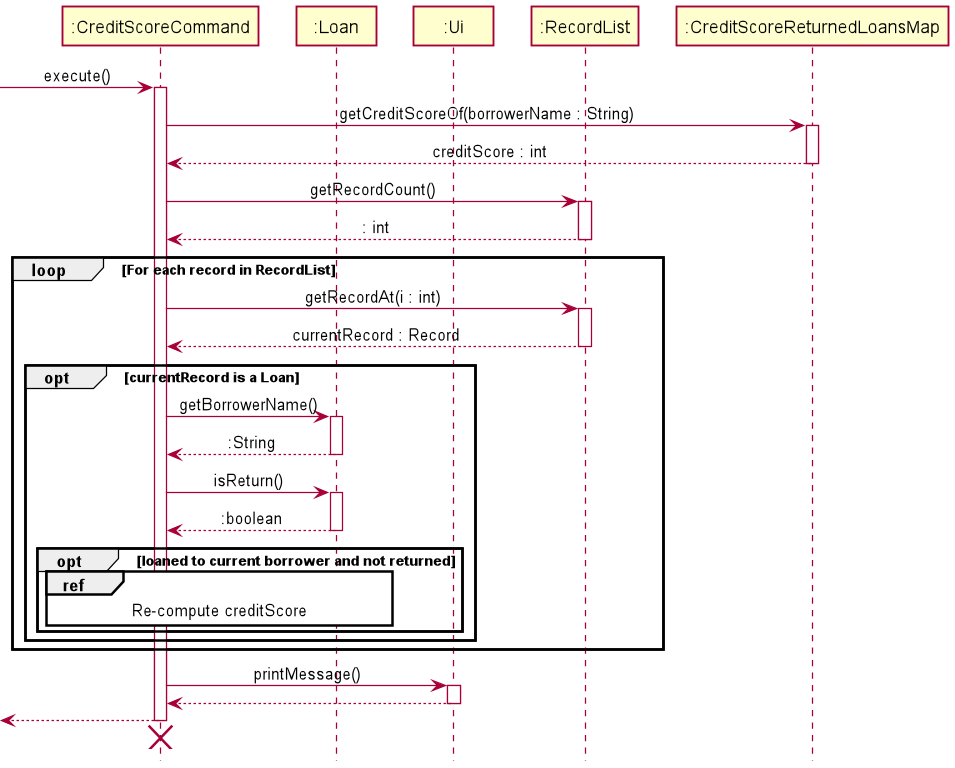
nus-cs2113-AY2021S2/tp keeps this PlantUML diagram as docs/img/CreditScoreFeatureSequenceDiagram.png. Above is the earlier version.
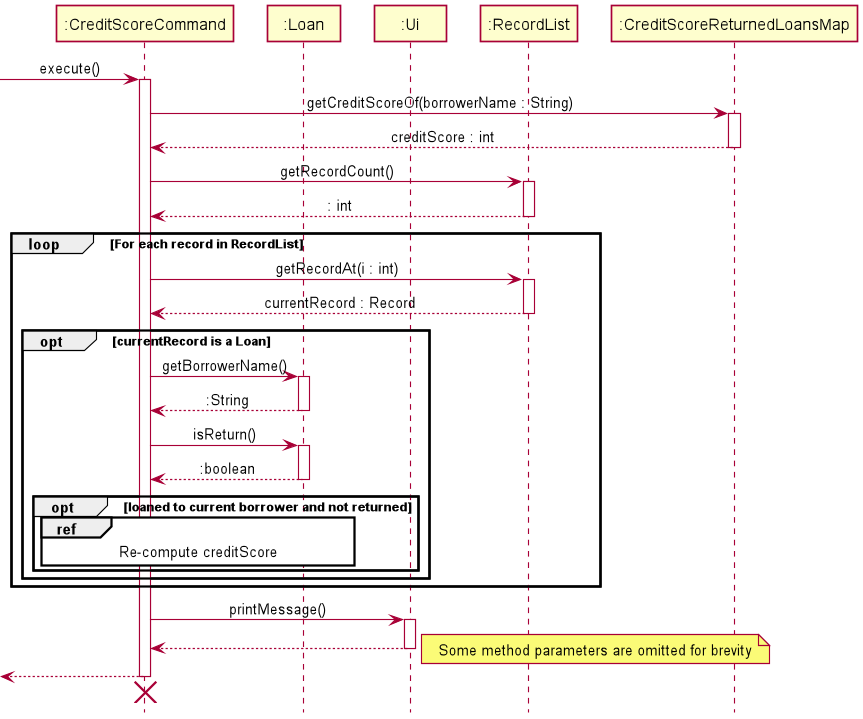
Later version of the same file.

Commit message:
Add a note about omitting method parameters for brevity

Diff of the diagram source:
```diff
@@ -38,12 +38,15 @@
         end
     end
 end
+
 CreditScoreCommand -> Ui : printMessage()
 activate Ui
 Ui --> CreditScoreCommand
 deactivate Ui
+note right: Some method parameters are omitted for brevity
 [<-- CreditScoreCommand
 deactivate CreditScoreCommand
 [<-[hidden]- CreditScoreCommand
 destroy CreditScoreCommand
+
 @enduml
```
